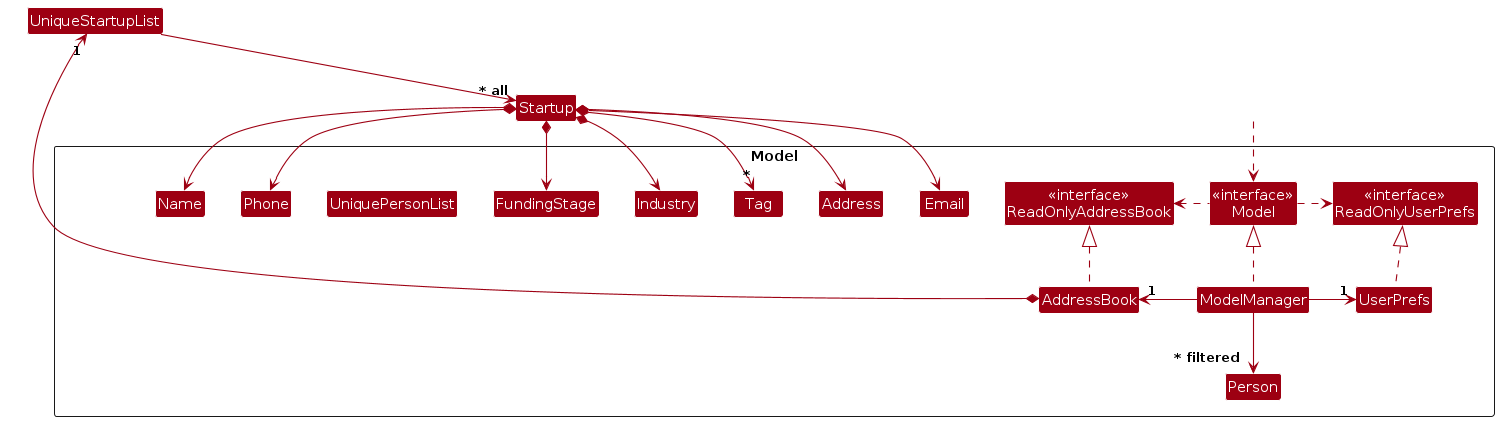
This is diagrams/ModelClassDiagram.png from AY2324S2-CS2103T-W09-2/tp, a PlantUML export, as it was before one commit. Its source is kept beside it as diagrams/ModelClassDiagram.puml. The source it was exported from:
```plantuml
@startuml
!include style.puml
skinparam arrowThickness 1.1
skinparam arrowColor MODEL_COLOR
skinparam classBackgroundColor MODEL_COLOR

Package Model as ModelPackage <<Rectangle>>{
Class "<<interface>>\nReadOnlyAddressBook" as ReadOnlyAddressBook
Class "<<interface>>\nReadOnlyUserPrefs" as ReadOnlyUserPrefs
Class "<<interface>>\nModel" as Model
Class AddressBook
Class ModelManager
Class UserPrefs

Class UniquePersonList
Class Person
Class Address
Class Email
Class Name
Class Phone
Class Tag
Class Industry
Class FundingStage

Class I #FFFFFF
}

Class HiddenOutside #FFFFFF
HiddenOutside ..> Model

AddressBook .up.|> ReadOnlyAddressBook

ModelManager .up.|> Model
Model .right.> ReadOnlyUserPrefs
Model .left.> ReadOnlyAddressBook
ModelManager -left-> "1" AddressBook
ModelManager -right-> "1" UserPrefs
UserPrefs .up.|> ReadOnlyUserPrefs

AddressBook *--> "1" UniqueStartupList
UniqueStartupList --> "~* all" Startup
Startup *--> Name
Startup *--> Phone
Startup *--> Email
Startup *--> Address
Startup *--> Industry
Startup *--> FundingStage
Startup *--> "*" Tag

Startup -[hidden]up--> I
UniqueStartupList -[hidden]right-> I

Name -[hidden]right-> Phone
Phone -[hidden]right-> Address
Address -[hidden]right-> Email

ModelManager --> "~* filtered" Person
@enduml
```
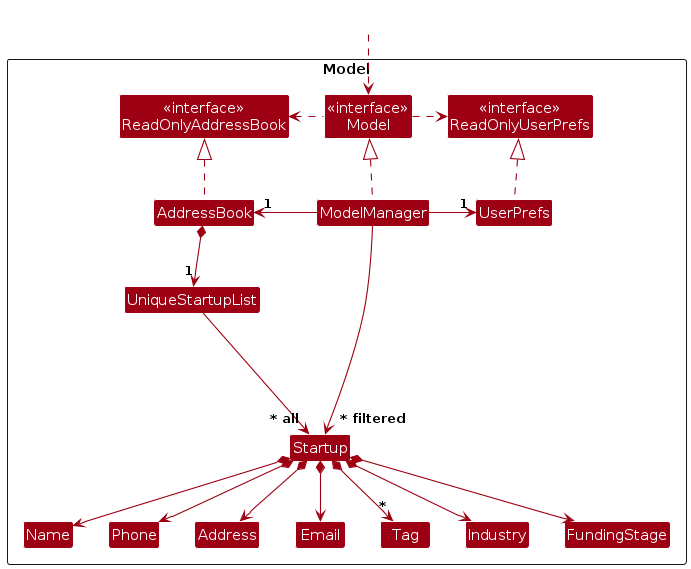
After the change.

What changed in the source:
```diff
@@ -12,8 +12,8 @@
 Class ModelManager
 Class UserPrefs
 
-Class UniquePersonList
-Class Person
+Class UniqueStartupList
+Class Startup
 Class Address
 Class Email
 Class Name
@@ -54,5 +54,5 @@
 Phone -[hidden]right-> Address
 Address -[hidden]right-> Email
 
-ModelManager --> "~* filtered" Person
+ModelManager --> "~* filtered" Startup
 @enduml
```
